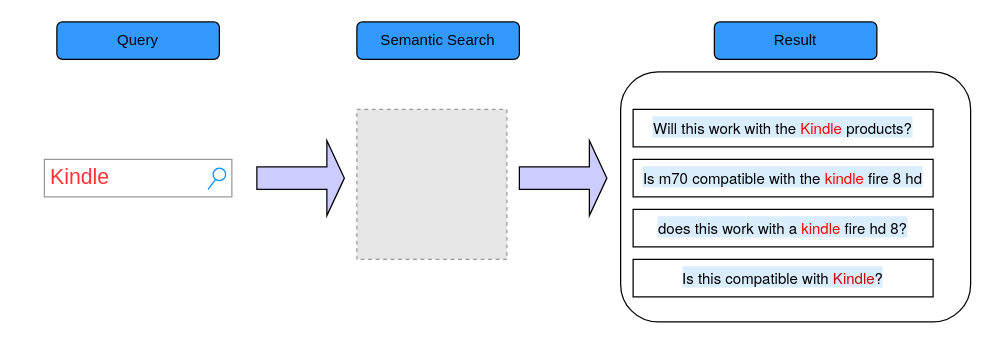
Before: semantic-search-flow.drawio in leejianwei/aws-diagram, a draw.io diagram. Source tidied: cells renumbered, new cells numbered last; positions are measured from the earlier drawing's top-left corner, leaving out a move shared by most shapes. Both pictures are drawn from the tidied source at 125%, with x=0, y=0 at pixel (44, 21). Pictures stored in the file or linked from it are replaced by grey dashed boxes.
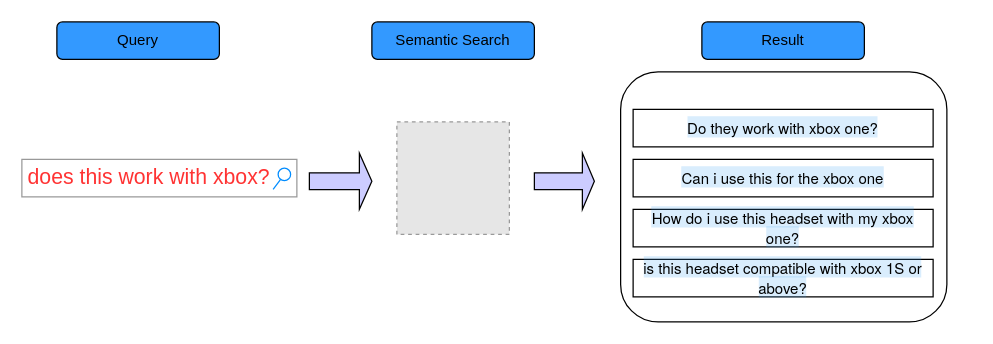
The same page after the edit.

Diff of the diagram source:
```diff
@@
 <mxGraphModel>
   <root>
     <mxCell id="0" />
     <mxCell id="1" parent="0" />
-    <mxCell id="2" value="&lt;font color=&quot;#ff3333&quot;&gt;Kindle&lt;/font&gt;" style="strokeWidth=1;shadow=0;dashed=0;align=center;html=1;shape=mxgraph.mockup.forms.searchBox;strokeColor=#999999;mainText=;strokeColor2=#008cff;fontColor=#666666;fontSize=17;align=left;spacingLeft=3;" parent="1" vertex="1">
-      <mxGeometry y="110" width="150" height="30" as="geometry" />
+    <mxCell id="2" value="&lt;font color=&quot;#ff3333&quot;&gt;does this work with xbox?&lt;/font&gt;" style="strokeWidth=1;shadow=0;dashed=0;align=center;html=1;shape=mxgraph.mockup.forms.searchBox;strokeColor=#999999;mainText=;strokeColor2=#008cff;fontColor=#666666;fontSize=17;align=left;spacingLeft=3;" parent="1" vertex="1">
+      <mxGeometry x="-18" y="110" width="220" height="30" as="geometry" />
     </mxCell>
     <mxCell id="3" style="rounded=1;whiteSpace=wrap;html=1;" parent="1" vertex="1">
-      <mxGeometry x="461" y="40" width="280" height="200" as="geometry" />
+      <mxGeometry x="461" y="40" width="261" height="200" as="geometry" />
     </mxCell>
     <mxCell id="4" value="Result" style="rounded=1;whiteSpace=wrap;html=1;fillColor=#3399FF;" parent="1" vertex="1">
-      <mxGeometry x="536" width="130" height="30" as="geometry" />
+      <mxGeometry x="526" width="130" height="30" as="geometry" />
     </mxCell>
-    <mxCell id="5" value="&lt;span style=&quot;font-family: &amp;quot;Helvetica Neue&amp;quot;, Helvetica, Arial, sans-serif; text-align: right; background-color: rgba(66, 165, 245, 0.2);&quot;&gt;Will this work with the &lt;font color=&quot;#ff0000&quot;&gt;Kindle&lt;/font&gt; products?&lt;/span&gt;" style="rounded=0;whiteSpace=wrap;html=1;" parent="1" vertex="1">
+    <mxCell id="5" value="&lt;span style=&quot;font-family: &amp;quot;Helvetica Neue&amp;quot;, Helvetica, Arial, sans-serif; text-align: right; background-color: rgba(66, 165, 245, 0.2);&quot;&gt;Do they work with xbox one?&lt;/span&gt;" style="rounded=0;whiteSpace=wrap;html=1;" parent="1" vertex="1">
       <mxGeometry x="471" y="70" width="240" height="30" as="geometry" />
     </mxCell>
-    <mxCell id="6" value="&lt;span style=&quot;font-family: &amp;quot;Helvetica Neue&amp;quot;, Helvetica, Arial, sans-serif; text-align: right; background-color: rgba(66, 165, 245, 0.2);&quot;&gt;Is m70 compatible with the &lt;font color=&quot;#ff0000&quot;&gt;kindle&lt;/font&gt; fire 8 hd&lt;/span&gt;" style="rounded=0;whiteSpace=wrap;html=1;" parent="1" vertex="1">
+    <mxCell id="6" value="&lt;span style=&quot;font-family: &amp;quot;Helvetica Neue&amp;quot;, Helvetica, Arial, sans-serif; text-align: right; background-color: rgba(66, 165, 245, 0.2);&quot;&gt;Can i use this for the xbox one&lt;/span&gt;" style="rounded=0;whiteSpace=wrap;html=1;" parent="1" vertex="1">
       <mxGeometry x="471" y="110" width="240" height="30" as="geometry" />
     </mxCell>
-    <mxCell id="7" value="&lt;span style=&quot;font-family: &amp;quot;Helvetica Neue&amp;quot;, Helvetica, Arial, sans-serif; text-align: right; background-color: rgba(66, 165, 245, 0.2);&quot;&gt;does this work with a &lt;font color=&quot;#ff0000&quot;&gt;kindle&lt;/font&gt; fire hd 8?&lt;/span&gt;" style="rounded=0;whiteSpace=wrap;html=1;" parent="1" vertex="1">
+    <mxCell id="7" value="&lt;span style=&quot;font-family: &amp;quot;Helvetica Neue&amp;quot;, Helvetica, Arial, sans-serif; text-align: right; background-color: rgba(66, 165, 245, 0.2);&quot;&gt;How do i use this headset with my xbox one?&lt;/span&gt;" style="rounded=0;whiteSpace=wrap;html=1;" parent="1" vertex="1">
       <mxGeometry x="471" y="150" width="240" height="30" as="geometry" />
     </mxCell>
-    <mxCell id="8" value="&lt;span style=&quot;font-family: &amp;quot;Helvetica Neue&amp;quot;, Helvetica, Arial, sans-serif; text-align: right; background-color: rgba(66, 165, 245, 0.2);&quot;&gt;Is this compatible with &lt;font color=&quot;#cc0000&quot;&gt;Kindle&lt;/font&gt;?&lt;/span&gt;" style="rounded=0;whiteSpace=wrap;html=1;" parent="1" vertex="1">
+    <mxCell id="8" value="&lt;span style=&quot;font-family: &amp;quot;Helvetica Neue&amp;quot;, Helvetica, Arial, sans-serif; text-align: right; background-color: rgba(66, 165, 245, 0.2);&quot;&gt;is this headset compatible with xbox 1S or above?&lt;/span&gt;" style="rounded=0;whiteSpace=wrap;html=1;" parent="1" vertex="1">
       <mxGeometry x="471" y="190" width="240" height="30" as="geometry" />
     </mxCell>
     <mxCell id="9" style="shape=singleArrow;whiteSpace=wrap;html=1;fillColor=#CCCCFF;" parent="1" vertex="1">
-      <mxGeometry x="170" y="95" width="70" height="60" as="geometry" />
+      <mxGeometry x="212" y="105" width="50" height="45" as="geometry" />
     </mxCell>
     <mxCell id="10" value="Query" style="rounded=1;whiteSpace=wrap;html=1;fillColor=#3399FF;" parent="1" vertex="1">
       <mxGeometry x="10" width="130" height="30" as="geometry" />
     </mxCell>
     <mxCell id="11" value="Semantic Search" style="rounded=1;whiteSpace=wrap;html=1;fillColor=#3399FF;" parent="1" vertex="1">
-      <mxGeometry x="250" width="130" height="30" as="geometry" />
+      <mxGeometry x="262" width="130" height="30" as="geometry" />
     </mxCell>
     <mxCell id="12" style="shape=singleArrow;whiteSpace=wrap;html=1;fillColor=#CCCCFF;" parent="1" vertex="1">
-      <mxGeometry x="380" y="95" width="70" height="60" as="geometry" />
+      <mxGeometry x="392" y="105" width="48" height="45" as="geometry" />
     </mxCell>
     <mxCell id="13" style="fillColor=#E6E6E6;strokeColor=#999999;dashed=1;verticalLabelPosition=bottom;labelBackgroundColor=default;verticalAlign=top;" parent="1" vertex="1">
-      <mxGeometry x="250" y="70" width="120" height="120" as="geometry" />
+      <mxGeometry x="282" y="80" width="90" height="90" as="geometry" />
     </mxCell>
   </root>
 </mxGraphModel>
```
